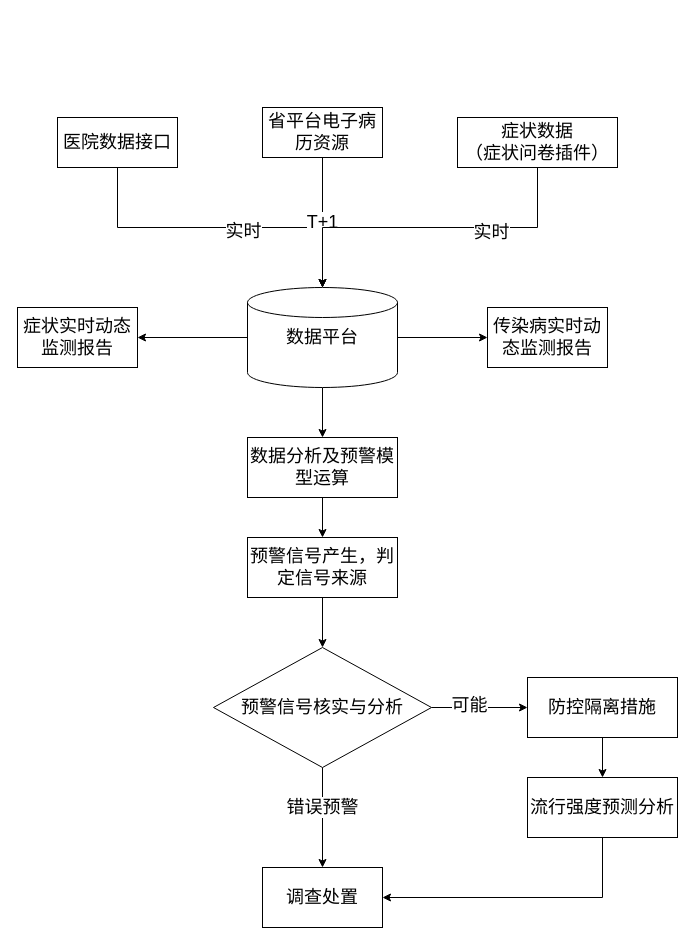
Before: 公卫症状监测防控流程.drawio in xinglongMedical/drawio, a draw.io diagram. Source tidied: cells renumbered, new cells numbered last; positions are measured from the earlier drawing's top-left corner, leaving out a move shared by most shapes. Both pictures are drawn from the tidied source at 100%, with x=0, y=0 at pixel (17, 107).
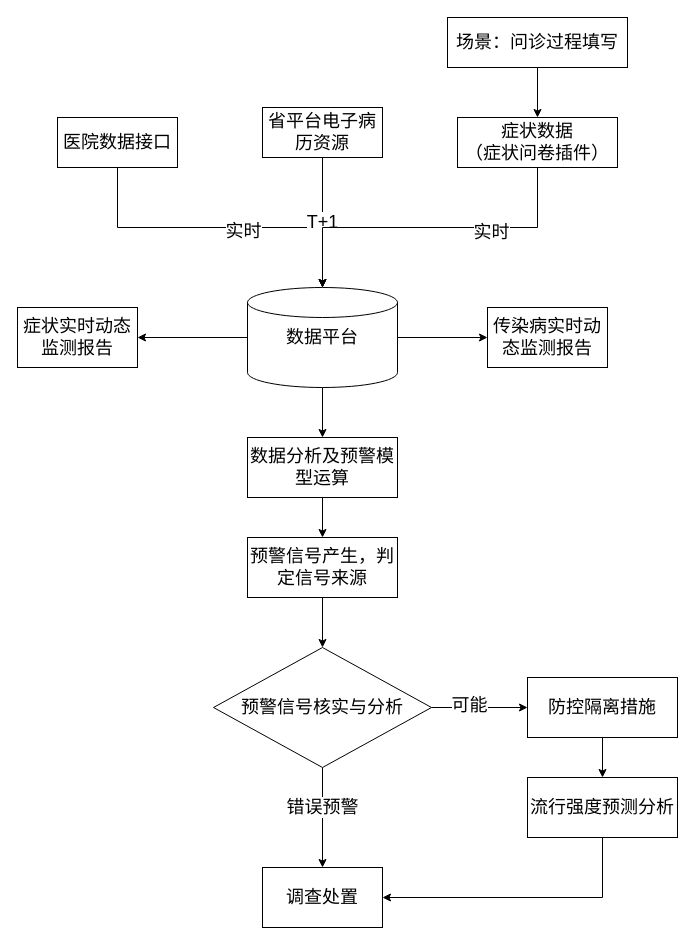
The same page after the edit.

Commit message:
Update 公卫症状监测防控流程.drawio

Unchanged cells that the change refers to:
```xml
<mxCell id="9" value="症状数据&lt;br&gt;（症状问卷插件）" style="rounded=0;whiteSpace=wrap;html=1;fontSize=18;" parent="1" vertex="1">
  <mxGeometry x="440" y="10" width="160" height="50" as="geometry" />
</mxCell>
```

Change to the diagram source:
```diff
@@
+    <mxCell id="30" style="edgeStyle=orthogonalEdgeStyle;rounded=0;jettySize=auto;html=1;exitX=0.5;exitY=1;exitDx=0;exitDy=0;entryX=0.5;entryY=0;entryDx=0;entryDy=0;" parent="1" edge="1" source="31" target="9">
+      <mxGeometry relative="1" as="geometry" />
+    </mxCell>
+    <mxCell id="31" value="场景：问诊过程填写" style="rounded=0;whiteSpace=wrap;html=1;fontSize=18;" parent="1" vertex="1">
+      <mxGeometry x="430" y="-90" width="180" height="50" as="geometry" />
+    </mxCell>
```
